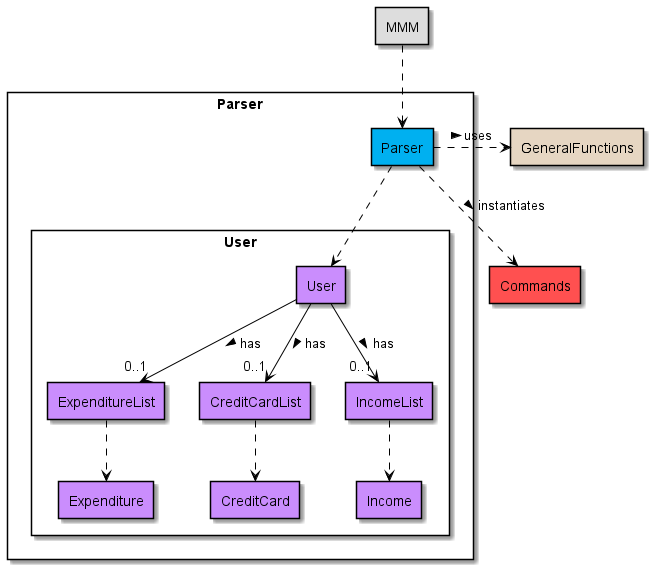
Above: docs/images/ParserClassDiagram.png in nus-cs2113-AY2122S2/tp (PlantUML), before the change.
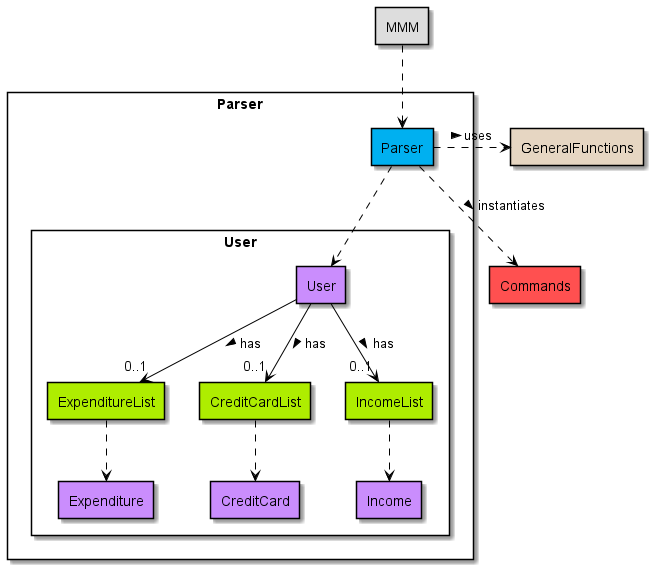
After the commit.

Change to the diagram source:
```diff
@@ -10,11 +10,11 @@
 
 Package User {
 component User as U USERFINANCIAL_COLOUR
-component ExpenditureList USERFINANCIAL_COLOUR
+component ExpenditureList DATA_COLOUR
 component Expenditure USERFINANCIAL_COLOUR
-component CreditCardList USERFINANCIAL_COLOUR
+component CreditCardList DATA_COLOUR
 component CreditCard USERFINANCIAL_COLOUR
-component IncomeList USERFINANCIAL_COLOUR
+component IncomeList DATA_COLOUR
 component Income USERFINANCIAL_COLOUR
 }
 
```
